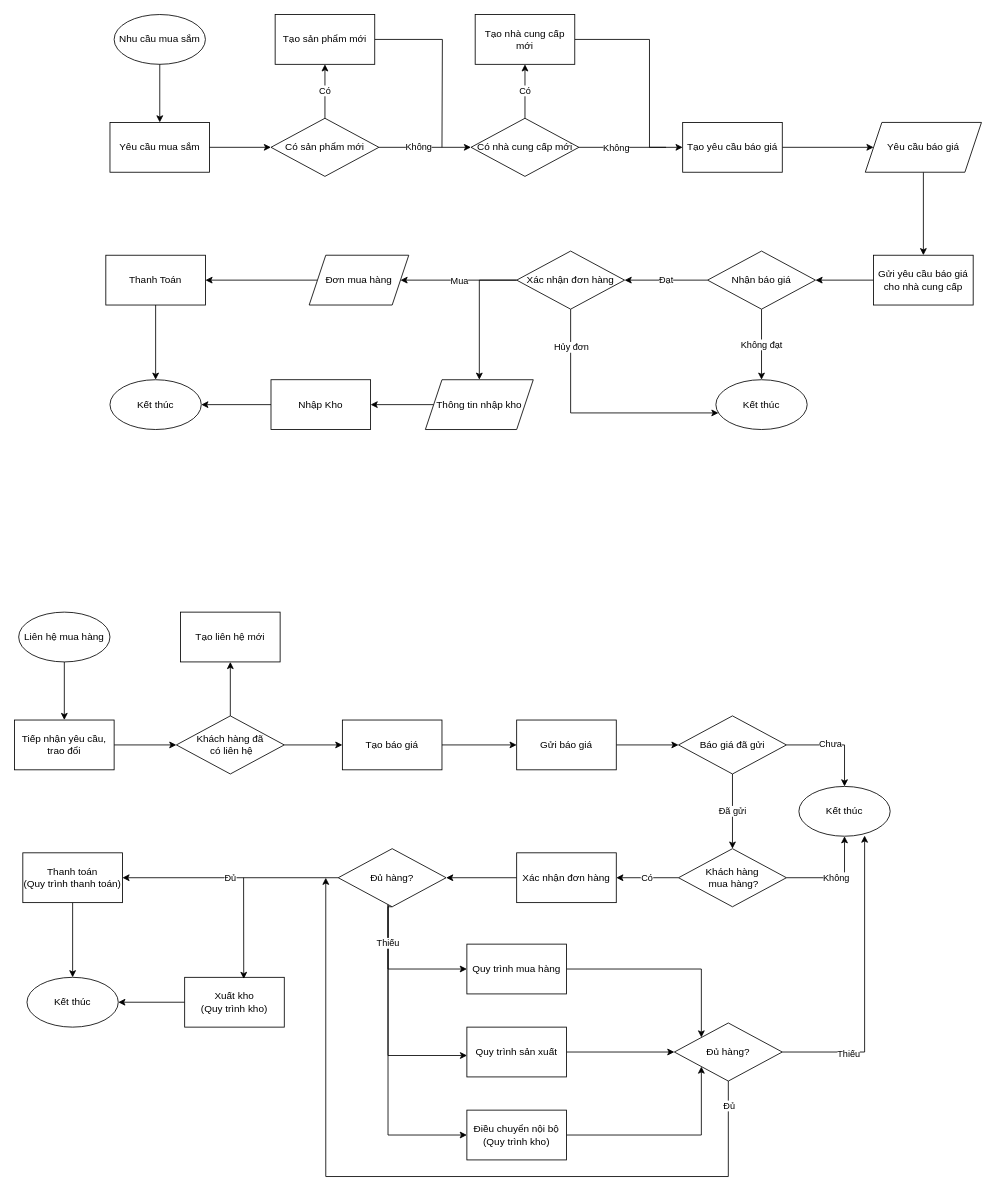
Above: page "Page-1" (1 of 3) of MuaHangOdoo.drawio in nguyenvu16102001/weblt.github.io (draw.io), before the change. Source tidied: cells renumbered, new cells numbered last; positions are measured from the earlier drawing's top-left corner, leaving out a move shared by most shapes. Both pictures are drawn from the tidied source at 83%, with x=0, y=0 at pixel (14, 14).
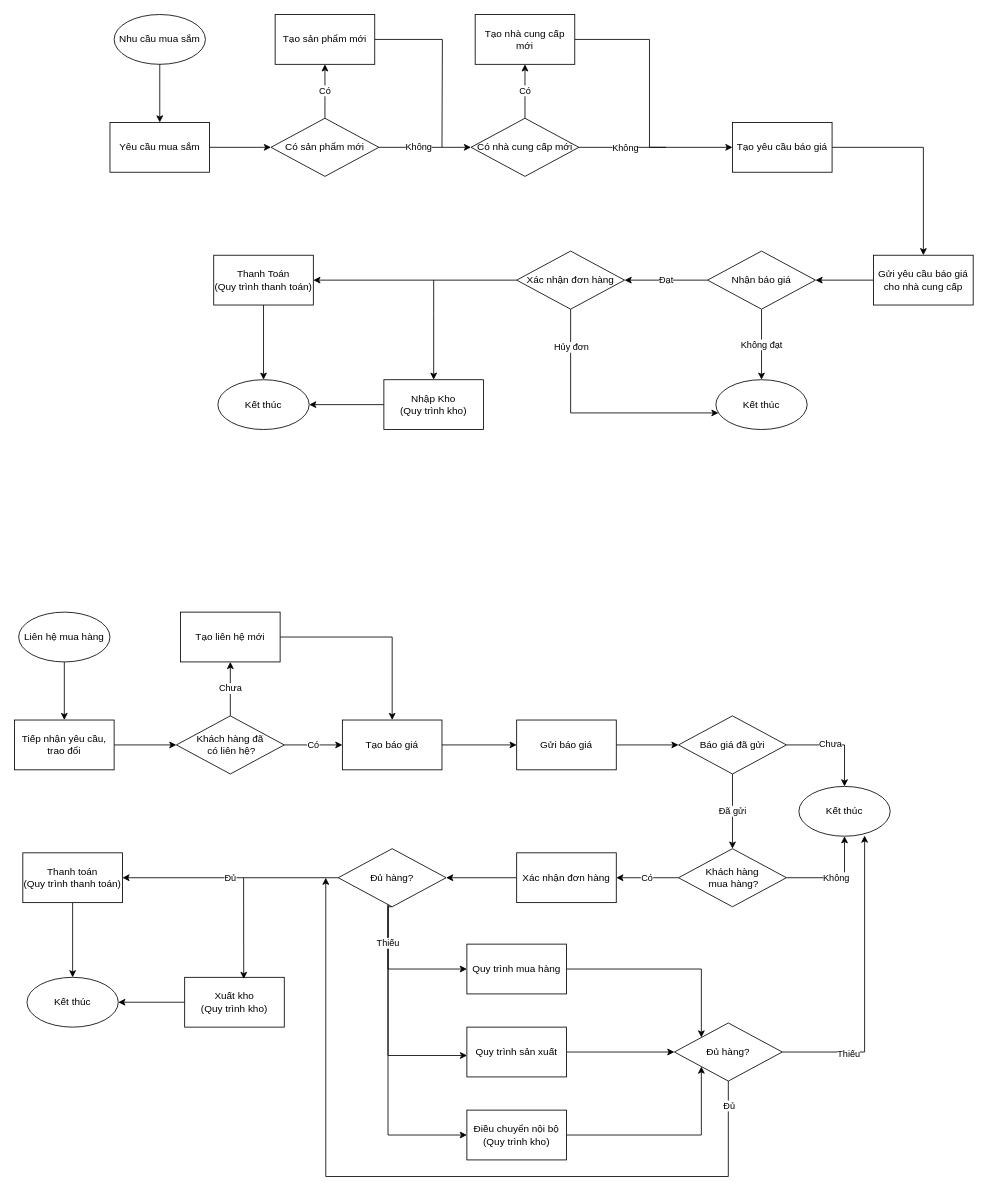
The same diagram, later.

The change refers to these unchanged cells:
```xml
<mxCell id="12" style="edgeStyle=orthogonalEdgeStyle;rounded=0;jettySize=auto;html=1;exitX=1;exitY=0.5;exitDx=0;exitDy=0;entryX=0;entryY=0.5;entryDx=0;entryDy=0;" parent="1" edge="1" source="14" target="18">
  <mxGeometry relative="1" as="geometry" />
</mxCell>
<mxCell id="35" value="Gửi yêu cầu báo giá cho nhà cung cấp" style="rounded=0;whiteSpace=wrap;html=1;" parent="1" vertex="1">
  <mxGeometry x="1035" y="290" width="120" height="60" as="geometry" />
</mxCell>
<mxCell id="41" value="Xác nhận đơn hàng" style="rhombus;whiteSpace=wrap;html=1;" parent="1" vertex="1">
  <mxGeometry x="605" y="285" width="130" height="70" as="geometry" />
</mxCell>
<mxCell id="45" value="Tạo báo giá" style="rounded=0;whiteSpace=wrap;html=1;" parent="1" vertex="1">
  <mxGeometry x="395" y="850" width="120" height="60" as="geometry" />
</mxCell>
<mxCell id="67" value="Tạo liên hệ mới" style="rounded=0;whiteSpace=wrap;html=1;" parent="1" vertex="1">
  <mxGeometry x="200" y="720" width="120" height="60" as="geometry" />
</mxCell>
```

Diff of the diagram source:
```diff
@@
     <mxCell id="13" value="Không" style="edgeLabel;html=1;align=center;verticalAlign=middle;" parent="12" vertex="1">
-      <mxGeometry x="-0.29" relative="1" as="geometry" />
+      <mxGeometry x="-0.29" relative="1" as="geometry">
+        <mxPoint x="-11" as="offset" />
+      </mxGeometry>
     </mxCell>
@@
-    <mxCell id="17" style="edgeStyle=orthogonalEdgeStyle;rounded=0;jettySize=auto;html=1;exitX=1;exitY=0.5;exitDx=0;exitDy=0;entryX=0;entryY=0.5;entryDx=0;entryDy=0;endArrow=classic;endFill=1;" parent="1" edge="1" source="18" target="20">
-      <mxGeometry relative="1" as="geometry" />
-    </mxCell>
+    <mxCell id="86" style="edgeStyle=orthogonalEdgeStyle;rounded=0;jettySize=auto;html=1;" parent="1" edge="1" source="18" target="35">
+      <mxGeometry relative="1" as="geometry" />
+    </mxCell>
     <mxCell id="18" value="Tạo yêu cầu báo giá" style="rounded=0;whiteSpace=wrap;html=1;" parent="1" vertex="1">
-      <mxGeometry x="805" y="130" width="120" height="60" as="geometry" />
+      <mxGeometry x="865" y="130" width="120" height="60" as="geometry" />
     </mxCell>
-    <mxCell id="19" style="edgeStyle=orthogonalEdgeStyle;rounded=0;jettySize=auto;html=1;endArrow=classic;endFill=1;" parent="1" edge="1" source="20" target="35">
-      <mxGeometry relative="1" as="geometry" />
-    </mxCell>
-    <mxCell id="20" value="Yêu cầu báo giá" style="shape=parallelogram;perimeter=parallelogramPerimeter;whiteSpace=wrap;html=1;fixedSize=1;" parent="1" vertex="1">
-      <mxGeometry x="1025" y="130" width="140" height="60" as="geometry" />
-    </mxCell>
-    <mxCell id="21" style="edgeStyle=orthogonalEdgeStyle;rounded=0;jettySize=auto;html=1;exitX=0;exitY=0.5;exitDx=0;exitDy=0;entryX=1;entryY=0.5;entryDx=0;entryDy=0;" parent="1" edge="1" source="22" target="24">
-      <mxGeometry relative="1" as="geometry" />
-    </mxCell>
-    <mxCell id="22" value="Đơn mua hàng" style="shape=parallelogram;perimeter=parallelogramPerimeter;whiteSpace=wrap;html=1;fixedSize=1;" parent="1" vertex="1">
-      <mxGeometry x="355" y="290" width="120" height="60" as="geometry" />
-    </mxCell>
@@
-    <mxCell id="24" value="Thanh Toán" style="rounded=0;whiteSpace=wrap;html=1;" parent="1" vertex="1">
-      <mxGeometry x="110" y="290" width="120" height="60" as="geometry" />
+    <mxCell id="24" value="Thanh Toán&lt;br&gt;(Quy trình thanh toán)" style="rounded=0;whiteSpace=wrap;html=1;" parent="1" vertex="1">
+      <mxGeometry x="240" y="290" width="120" height="60" as="geometry" />
     </mxCell>
-    <mxCell id="25" style="edgeStyle=orthogonalEdgeStyle;rounded=0;jettySize=auto;html=1;exitX=0;exitY=0.5;exitDx=0;exitDy=0;entryX=1;entryY=0.5;entryDx=0;entryDy=0;" parent="1" edge="1" source="26" target="28">
-      <mxGeometry relative="1" as="geometry" />
-    </mxCell>
-    <mxCell id="26" value="Thông tin nhập kho" style="shape=parallelogram;perimeter=parallelogramPerimeter;whiteSpace=wrap;html=1;fixedSize=1;" parent="1" vertex="1">
-      <mxGeometry x="495" y="440" width="130" height="60" as="geometry" />
-    </mxCell>
@@
-    <mxCell id="28" value="Nhập Kho" style="rounded=0;whiteSpace=wrap;html=1;" parent="1" vertex="1">
-      <mxGeometry x="309" y="440" width="120" height="60" as="geometry" />
+    <mxCell id="28" value="Nhập Kho&lt;br&gt;(Quy trình kho)" style="rounded=0;whiteSpace=wrap;html=1;" parent="1" vertex="1">
+      <mxGeometry x="445" y="440" width="120" height="60" as="geometry" />
     </mxCell>
     <mxCell id="29" value="Kết thúc" style="ellipse;whiteSpace=wrap;html=1;" parent="1" vertex="1">
-      <mxGeometry x="115" y="440" width="110" height="60" as="geometry" />
+      <mxGeometry x="245" y="440" width="110" height="60" as="geometry" />
     </mxCell>
@@
-    <mxCell id="36" style="edgeStyle=orthogonalEdgeStyle;rounded=0;jettySize=auto;html=1;endArrow=classic;endFill=1;exitX=0;exitY=0.5;exitDx=0;exitDy=0;" parent="1" edge="1" source="41" target="26">
-      <mxGeometry relative="1" as="geometry" />
-    </mxCell>
@@
-    <mxCell id="39" style="edgeStyle=orthogonalEdgeStyle;rounded=0;jettySize=auto;html=1;entryX=1;entryY=0.5;entryDx=0;entryDy=0;endArrow=classic;endFill=1;" parent="1" edge="1" source="41" target="22">
-      <mxGeometry relative="1" as="geometry" />
-    </mxCell>
-    <mxCell id="40" value="Mua" style="edgeLabel;html=1;align=center;verticalAlign=middle;" parent="39" vertex="1">
-      <mxGeometry x="-0.21" y="-3" relative="1" as="geometry">
-        <mxPoint x="-15" y="3" as="offset" />
-      </mxGeometry>
-    </mxCell>
+    <mxCell id="87" style="edgeStyle=orthogonalEdgeStyle;rounded=0;jettySize=auto;html=1;" parent="1" edge="1" source="41" target="24">
+      <mxGeometry relative="1" as="geometry" />
+    </mxCell>
@@
-    <mxCell id="64" style="edgeStyle=orthogonalEdgeStyle;rounded=0;jettySize=auto;html=1;endArrow=classic;endFill=1;" parent="1" edge="1" source="66" target="67">
+    <mxCell id="64" value="Chưa" style="edgeStyle=orthogonalEdgeStyle;rounded=0;jettySize=auto;html=1;endArrow=classic;endFill=1;" parent="1" edge="1" source="66" target="67">
       <mxGeometry relative="1" as="geometry" />
     </mxCell>
-    <mxCell id="65" style="edgeStyle=orthogonalEdgeStyle;rounded=0;jettySize=auto;html=1;endArrow=classic;endFill=1;" parent="1" edge="1" source="66" target="45">
+    <mxCell id="65" value="Có" style="edgeStyle=orthogonalEdgeStyle;rounded=0;jettySize=auto;html=1;endArrow=classic;endFill=1;" parent="1" edge="1" source="66" target="45">
       <mxGeometry relative="1" as="geometry" />
     </mxCell>
-    <mxCell id="66" value="Khách hàng đã&lt;br&gt;&amp;nbsp;có liên hệ" style="rhombus;whiteSpace=wrap;html=1;" parent="1" vertex="1">
+    <mxCell id="66" value="Khách hàng đã&lt;br&gt;&amp;nbsp;có liên hệ?" style="rhombus;whiteSpace=wrap;html=1;" parent="1" vertex="1">
       <mxGeometry x="195" y="845" width="130" height="70" as="geometry" />
     </mxCell>
+    <mxCell id="88" style="edgeStyle=orthogonalEdgeStyle;rounded=0;jettySize=auto;html=1;" parent="1" edge="1" source="67" target="45">
+      <mxGeometry relative="1" as="geometry" />
+    </mxCell>
@@
+    <mxCell id="89" style="endArrow=classic;html=1;rounded=0;" parent="1" edge="1" target="28">
+      <mxGeometry relative="1" as="geometry">
+        <mxPoint x="505" y="320" as="sourcePoint" />
+        <Array as="points">
+          <mxPoint x="505" y="360" />
+        </Array>
+      </mxGeometry>
+    </mxCell>
```
